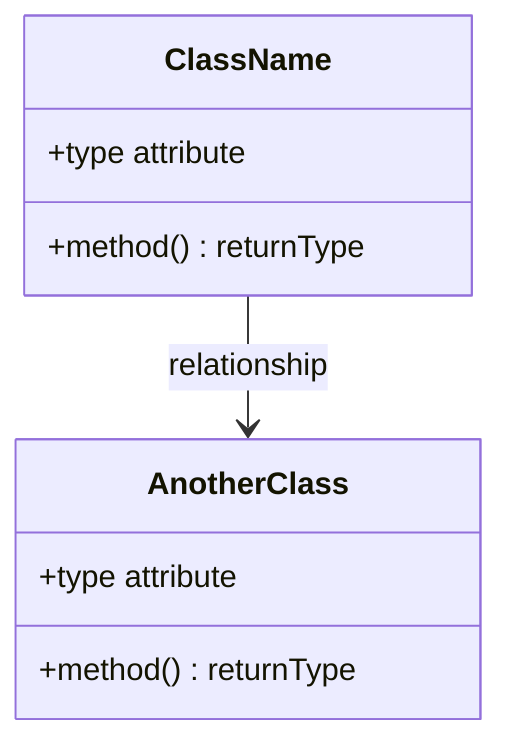
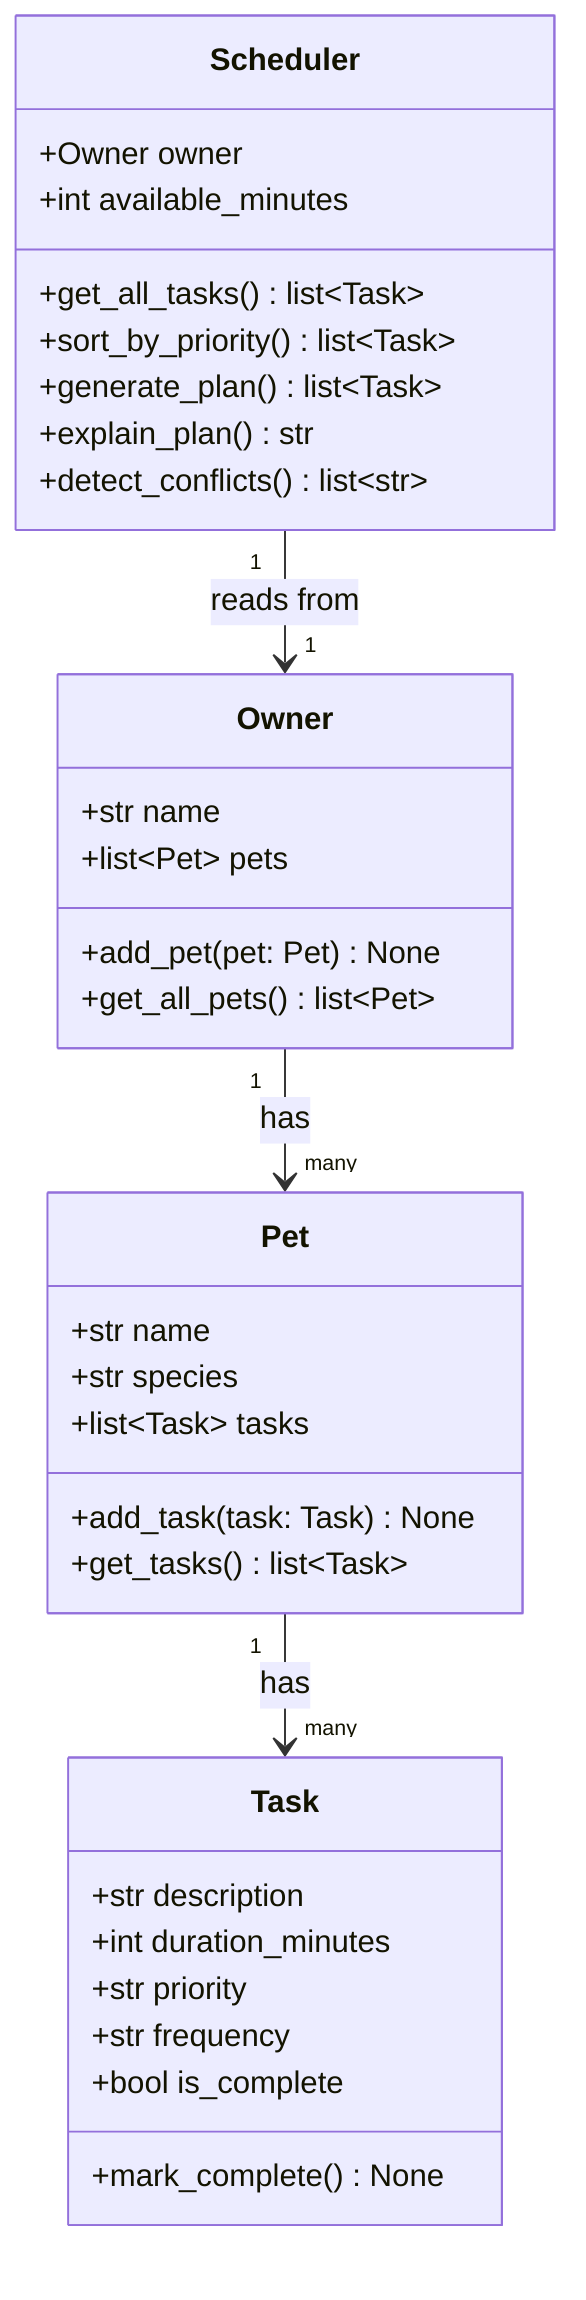
classDiagram
-     %% Replace the placeholders below with your actual classes, attributes, methods, and relationships.
-     %% Keep this file updated so it matches your final implementation.
- 
-     class ClassName {
-         +type attribute
-         +method() returnType
+     class Owner {
+         +str name
+         +list~Pet~ pets
+         +add_pet(pet: Pet) None
+         +get_all_pets() list~Pet~
    }

-     class AnotherClass {
-         +type attribute
-         +method() returnType
+     class Pet {
+         +str name
+         +str species
+         +list~Task~ tasks
+         +add_task(task: Task) None
+         +get_tasks() list~Task~
    }

-     ClassName --> AnotherClass : relationship
+     class Task {
+         +str description
+         +int duration_minutes
+         +str priority
+         +str frequency
+         +bool is_complete
+         +mark_complete() None
+     }
+ 
+     class Scheduler {
+         +Owner owner
+         +int available_minutes
+         +get_all_tasks() list~Task~
+         +sort_by_priority() list~Task~
+         +generate_plan() list~Task~
+         +explain_plan() str
+         +detect_conflicts() list~str~
+     }
+ 
+     Owner "1" --> "many" Pet : has
+     Pet "1" --> "many" Task : has
+     Scheduler "1" --> "1" Owner : reads from